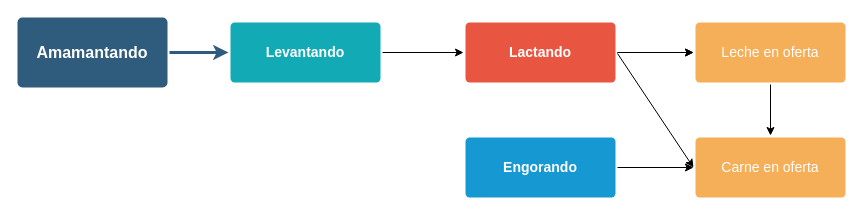
stdupas/app.agromaker keeps this draw.io diagram as Diagrama sin título.drawio. Above is the earlier version. Source tidied: cells renumbered, new cells numbered last; positions are measured from the earlier drawing's top-left corner, leaving out a move shared by most shapes. Both pictures are drawn from the tidied source at 100%, with x=0, y=0 at pixel (17, 17).
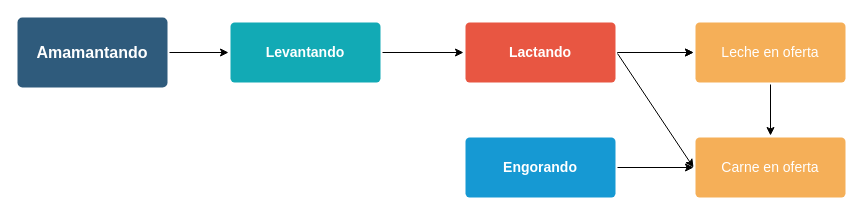
Above is the later version.

The edit, as a diff of the source:
```diff
@@
 <mxGraphModel>
   <root>
     <mxCell id="0" />
     <mxCell id="1" parent="0" />
-    <mxCell id="2" style="edgeStyle=none;rounded=0;jumpStyle=none;html=1;shadow=0;labelBackgroundColor=none;startArrow=none;startFill=0;endArrow=classic;endFill=1;jettySize=auto;strokeColor=#2F5B7C;strokeWidth=3;fontFamily=Helvetica;fontSize=16;fontColor=#23445D;spacing=5;" parent="1" edge="1" source="3" target="13">
+    <mxCell id="2" style="edgeStyle=orthogonalEdgeStyle;rounded=0;jettySize=auto;html=1;exitX=1;exitY=0.5;exitDx=0;exitDy=0;entryX=0;entryY=0.5;entryDx=0;entryDy=0;fontColor=#FFFFFF;" parent="1" edge="1" source="3" target="13">
       <mxGeometry relative="1" as="geometry" />
     </mxCell>
     <mxCell id="3" value="Amamantando" style="rounded=1;whiteSpace=wrap;html=1;shadow=0;labelBackgroundColor=none;strokeColor=none;strokeWidth=3;fillColor=#2F5B7C;fontFamily=Helvetica;fontSize=16;fontColor=#FFFFFF;align=center;fontStyle=1;spacing=5;arcSize=7;perimeterSpacing=2;" parent="1" vertex="1">
       <mxGeometry width="150" height="70" as="geometry" />
     </mxCell>
     <mxCell id="4" style="edgeStyle=orthogonalEdgeStyle;rounded=0;jettySize=auto;html=1;fontColor=#FFFFFF;" parent="1" edge="1" source="6">
       <mxGeometry relative="1" as="geometry">
         <mxPoint x="676" y="35" as="targetPoint" />
       </mxGeometry>
     </mxCell>
     <mxCell id="5" style="edgeStyle=orthogonalEdgeStyle;rounded=0;jettySize=auto;html=1;fontColor=#FFFFFF;" parent="1" edge="1" source="6" target="8">
       <mxGeometry relative="1" as="geometry" />
     </mxCell>
     <mxCell id="6" value="Lactando" style="rounded=1;whiteSpace=wrap;html=1;shadow=0;labelBackgroundColor=none;strokeColor=none;strokeWidth=3;fillColor=#e85642;fontFamily=Helvetica;fontSize=14;fontColor=#FFFFFF;align=center;spacing=5;fontStyle=1;arcSize=7;perimeterSpacing=2;" parent="1" vertex="1">
       <mxGeometry x="448" y="5" width="150" height="60" as="geometry" />
     </mxCell>
     <mxCell id="7" style="edgeStyle=orthogonalEdgeStyle;rounded=0;jettySize=auto;html=1;fontColor=#FFFFFF;" parent="1" edge="1" source="8" target="11">
       <mxGeometry relative="1" as="geometry" />
     </mxCell>
     <mxCell id="8" value="Leche en oferta" style="rounded=1;whiteSpace=wrap;html=1;shadow=0;labelBackgroundColor=none;strokeColor=none;strokeWidth=3;fillColor=#F5AF58;fontFamily=Helvetica;fontSize=14;align=center;spacing=5;fontStyle=0;arcSize=7;perimeterSpacing=2;fontColor=#FFFFFF;" parent="1" vertex="1">
       <mxGeometry x="678" y="5" width="150" height="60" as="geometry" />
     </mxCell>
     <mxCell id="9" style="edgeStyle=orthogonalEdgeStyle;rounded=0;jettySize=auto;html=1;fontColor=#FFFFFF;" parent="1" edge="1" source="10" target="11">
       <mxGeometry relative="1" as="geometry" />
     </mxCell>
     <mxCell id="10" value="Engorando" style="rounded=1;whiteSpace=wrap;html=1;shadow=0;labelBackgroundColor=none;strokeColor=none;strokeWidth=3;fillColor=#1699d3;fontFamily=Helvetica;fontSize=14;fontColor=#FFFFFF;align=center;spacing=5;fontStyle=1;arcSize=7;perimeterSpacing=2;" parent="1" vertex="1">
       <mxGeometry x="448" y="120" width="150" height="60" as="geometry" />
     </mxCell>
     <mxCell id="11" value="Carne en oferta" style="rounded=1;whiteSpace=wrap;html=1;shadow=0;labelBackgroundColor=none;strokeColor=none;strokeWidth=3;fillColor=#f5af58;fontFamily=Helvetica;fontSize=14;fontColor=#FFFFFF;align=center;spacing=5;arcSize=7;perimeterSpacing=2;" parent="1" vertex="1">
       <mxGeometry x="678" y="120" width="150" height="60" as="geometry" />
     </mxCell>
     <mxCell id="12" style="edgeStyle=orthogonalEdgeStyle;rounded=0;jettySize=auto;html=1;fontColor=#FFFFFF;" parent="1" edge="1" source="13" target="6">
       <mxGeometry relative="1" as="geometry" />
     </mxCell>
     <mxCell id="13" value="Levantando" style="rounded=1;whiteSpace=wrap;html=1;shadow=0;labelBackgroundColor=none;strokeColor=none;strokeWidth=3;fillColor=#12aab5;fontFamily=Helvetica;fontSize=14;fontColor=#FFFFFF;align=center;spacing=5;fontStyle=1;arcSize=7;perimeterSpacing=2;" parent="1" vertex="1">
       <mxGeometry x="213" y="5" width="150" height="60" as="geometry" />
     </mxCell>
     <mxCell id="14" style="endArrow=classic;html=1;rounded=0;fontColor=#FFFFFF;entryX=0;entryY=0.5;entryDx=0;entryDy=0;" parent="1" edge="1" target="11">
       <mxGeometry relative="1" as="geometry">
         <mxPoint x="600" y="36" as="sourcePoint" />
       </mxGeometry>
     </mxCell>
   </root>
 </mxGraphModel>
```
